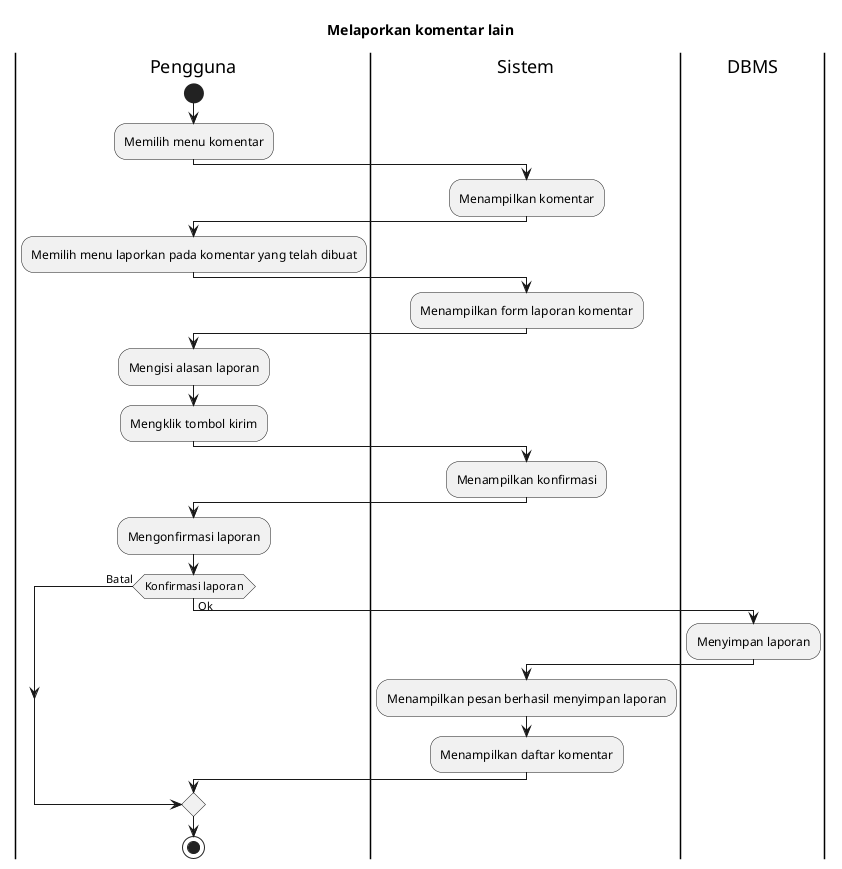
Earlier version of the PlantUML export export/Activity Diagrams/UC-MAP - Peta Bencana/UC-MAP-015 - Melaporkan komentar lain.png (bagusNA/appl-diagrams). The source it was exported from:
```plantuml
@startuml
title Melaporkan komentar lain

|Pengguna|
start
:Memilih menu komentar;

|Sistem|
:Menampilkan komentar;

|Pengguna|
:Memilih menu laporkan pada komentar yang telah dibuat;

|Sistem|
:Menampilkan form laporan komentar;

|Pengguna|
:Mengisi alasan laporan;
:Mengklik tombol kirim;

|Sistem|
:Menampilkan konfirmasi;

|Pengguna|
:Mengonfirmasi laporan;

if (Konfirmasi laporan) then (Batal)
else (Ok)
  |DBMS|
  :Menyimpan laporan;

  |Sistem|
  :Menampilkan pesan berhasil menyimpan laporan;
  :Menampilkan daftar komentar;
endif

|Pengguna|
stop
@enduml
```
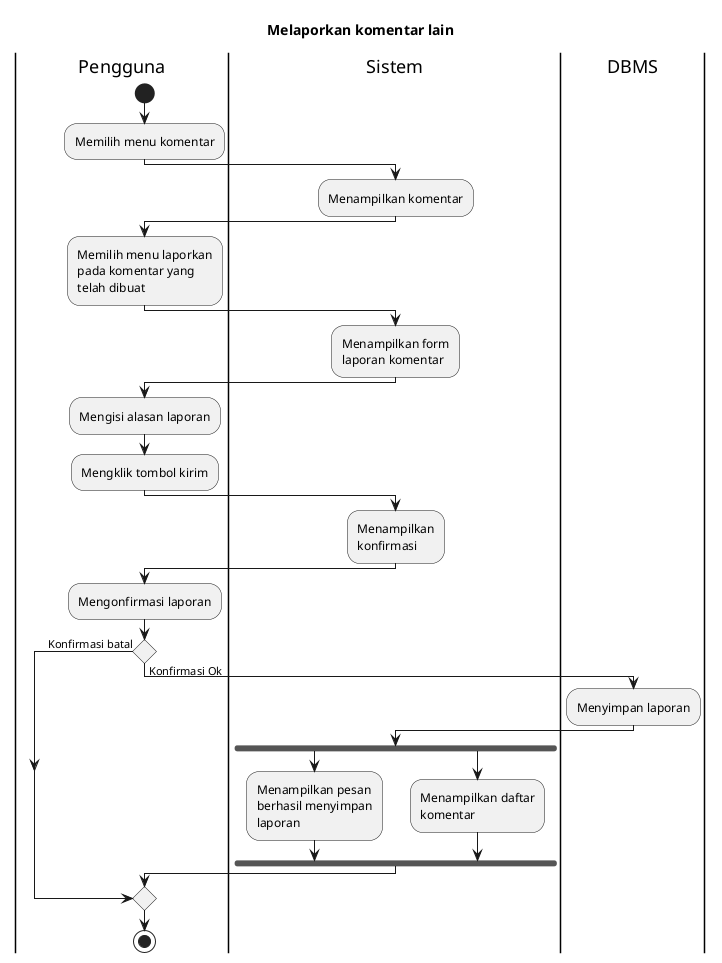
After the change.

Change to the diagram source:
```diff
@@ -1,4 +1,6 @@
 @startuml
+skinparam wrapWidth 140
+
 title Melaporkan komentar lain
 
 |Pengguna|
@@ -24,14 +26,17 @@
 |Pengguna|
 :Mengonfirmasi laporan;
 
-if (Konfirmasi laporan) then (Batal)
-else (Ok)
+if () then (Konfirmasi batal)
+else (Konfirmasi Ok)
   |DBMS|
   :Menyimpan laporan;
 
   |Sistem|
-  :Menampilkan pesan berhasil menyimpan laporan;
-  :Menampilkan daftar komentar;
+  fork
+    :Menampilkan pesan berhasil menyimpan laporan;
+  fork again
+    :Menampilkan daftar komentar;
+  endfork
 endif
 
 |Pengguna|
```
